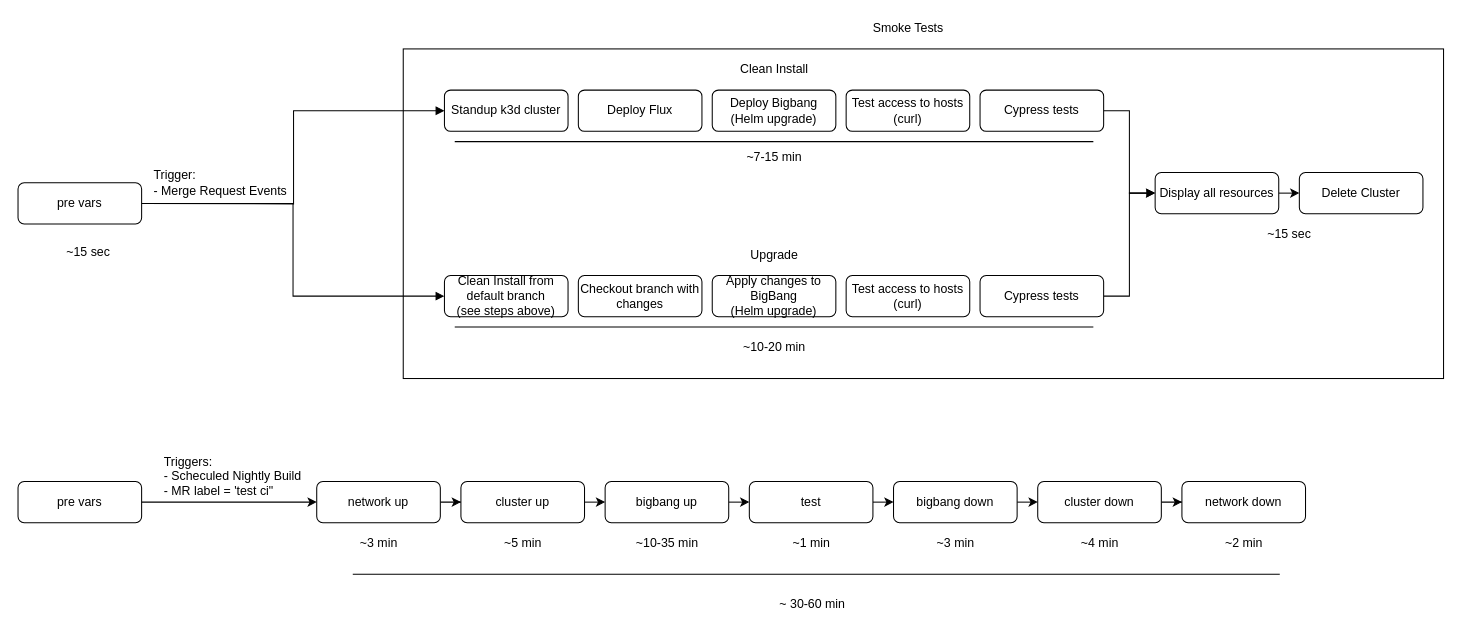
Earlier version of the draw.io diagram page "BB pipelines" (1 of 2) of docs/developer/diagrams/BB_gitlab_ci_diagram.drawio (rjferguson21/big-bang). Source tidied: cells renumbered, new cells numbered last; positions are measured from the earlier drawing's top-left corner, leaving out a move shared by most shapes. Both pictures are drawn from the tidied source at 103%, with x=0, y=0 at pixel (18, 18).
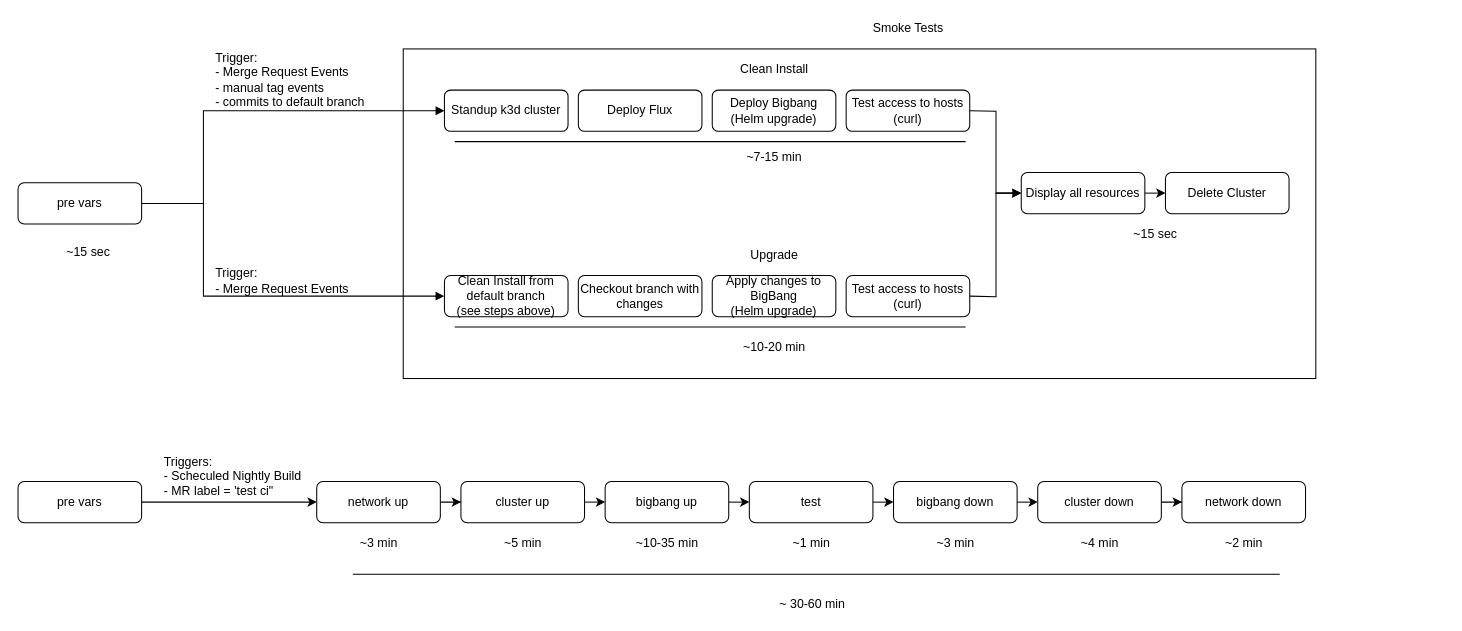
The same page after the edit.

Commit message (it also covers changes not shown here):
update diagram/text about trigger and upgrade step

The change refers to these unchanged cells:
```xml
<mxCell id="6" value="pre vars" style="rounded=1;whiteSpace=wrap;html=1;fontSize=12;glass=0;strokeWidth=1;shadow=0;" parent="1" vertex="1">
  <mxGeometry y="160" width="120" height="40" as="geometry" />
</mxCell>
<mxCell id="7" value="Standup k3d cluster" style="rounded=1;whiteSpace=wrap;html=1;fontSize=12;glass=0;strokeWidth=1;shadow=0;" parent="1" vertex="1">
  <mxGeometry x="414" y="70" width="120" height="40" as="geometry" />
</mxCell>
<mxCell id="14" value="Clean Install from default branch &lt;br&gt;(see steps above)" style="rounded=1;whiteSpace=wrap;html=1;fontSize=12;glass=0;strokeWidth=1;shadow=0;" parent="1" vertex="1">
  <mxGeometry x="414" y="250" width="120" height="40" as="geometry" />
</mxCell>
```

Diff of the diagram source:
```diff
@@
-    <mxCell id="2" style="edgeStyle=orthogonalEdgeStyle;rounded=0;jettySize=auto;html=1;exitX=1;exitY=0.5;exitDx=0;exitDy=0;entryX=0;entryY=0.5;entryDx=0;entryDy=0;" parent="1" edge="1" source="19" target="21">
-      <mxGeometry relative="1" as="geometry" />
+    <mxCell id="2" style="edgeStyle=orthogonalEdgeStyle;rounded=0;jettySize=auto;html=1;exitX=1;exitY=0.5;exitDx=0;exitDy=0;entryX=0;entryY=0.5;entryDx=0;entryDy=0;" parent="1" edge="1" target="21">
+      <mxGeometry relative="1" as="geometry">
+        <mxPoint x="924" y="270" as="sourcePoint" />
+      </mxGeometry>
     </mxCell>
     <mxCell id="3" style="rounded=0;whiteSpace=wrap;html=1;gradientColor=#ffffff;fillColor=none;" parent="1" vertex="1">
-      <mxGeometry x="374" y="30" width="1010" height="320" as="geometry" />
+      <mxGeometry x="374" y="30" width="886" height="320" as="geometry" />
     </mxCell>
     <mxCell id="4" style="edgeStyle=orthogonalEdgeStyle;rounded=0;jettySize=auto;html=1;entryX=0;entryY=0.5;entryDx=0;entryDy=0;endArrow=block;endFill=1;" parent="1" edge="1" target="7">
       <mxGeometry relative="1" as="geometry">
         <mxPoint x="120" y="180" as="sourcePoint" />
+        <Array as="points">
+          <mxPoint x="180" y="180" />
+          <mxPoint x="180" y="90" />
+        </Array>
       </mxGeometry>
     </mxCell>
     <mxCell id="5" style="edgeStyle=orthogonalEdgeStyle;rounded=0;jettySize=auto;html=1;exitX=1;exitY=0.5;exitDx=0;exitDy=0;entryX=0;entryY=0.5;entryDx=0;entryDy=0;endArrow=block;endFill=1;" parent="1" edge="1" source="6" target="14">
-      <mxGeometry relative="1" as="geometry" />
+      <mxGeometry relative="1" as="geometry">
+        <Array as="points">
+          <mxPoint x="180" y="180" />
+          <mxPoint x="180" y="270" />
+        </Array>
+      </mxGeometry>
     </mxCell>
@@
-    <mxCell id="12" style="edgeStyle=orthogonalEdgeStyle;rounded=0;jettySize=auto;html=1;exitX=1;exitY=0.5;exitDx=0;exitDy=0;entryX=0;entryY=0.5;entryDx=0;entryDy=0;endArrow=block;endFill=1;" parent="1" edge="1" source="13" target="21">
-      <mxGeometry relative="1" as="geometry" />
+    <mxCell id="12" style="edgeStyle=orthogonalEdgeStyle;rounded=0;jettySize=auto;html=1;exitX=1;exitY=0.5;exitDx=0;exitDy=0;entryX=0;entryY=0.5;entryDx=0;entryDy=0;endArrow=block;endFill=1;" parent="1" edge="1" target="21">
+      <mxGeometry relative="1" as="geometry">
+        <mxPoint x="924" y="90" as="sourcePoint" />
+      </mxGeometry>
     </mxCell>
-    <mxCell id="13" value="Cypress tests" style="rounded=1;whiteSpace=wrap;html=1;fontSize=12;glass=0;strokeWidth=1;shadow=0;" parent="1" vertex="1">
-      <mxGeometry x="934" y="70" width="120" height="40" as="geometry" />
-    </mxCell>
@@
-    <mxCell id="19" value="Cypress tests" style="rounded=1;whiteSpace=wrap;html=1;fontSize=12;glass=0;strokeWidth=1;shadow=0;" parent="1" vertex="1">
-      <mxGeometry x="934" y="250" width="120" height="40" as="geometry" />
-    </mxCell>
@@
     <mxCell id="21" value="Display all resources" style="rounded=1;whiteSpace=wrap;html=1;fontSize=12;glass=0;strokeWidth=1;shadow=0;" parent="1" vertex="1">
-      <mxGeometry x="1104" y="150" width="120" height="40" as="geometry" />
+      <mxGeometry x="974" y="150" width="120" height="40" as="geometry" />
     </mxCell>
     <mxCell id="22" value="Delete Cluster" style="rounded=1;whiteSpace=wrap;html=1;fontSize=12;glass=0;strokeWidth=1;shadow=0;" parent="1" vertex="1">
-      <mxGeometry x="1244" y="150" width="120" height="40" as="geometry" />
+      <mxGeometry x="1114" y="150" width="120" height="40" as="geometry" />
     </mxCell>
-    <mxCell id="23" value="Trigger: &lt;br&gt;&lt;div&gt;&lt;span&gt;- Merge Request Events&lt;/span&gt;&lt;/div&gt;" style="text;html=1;align=left;verticalAlign=middle;" parent="1" vertex="1">
-      <mxGeometry x="130" y="145" width="140" height="30" as="geometry" />
-    </mxCell>
@@
     <mxCell id="42" value="~15 sec" style="text;html=1;align=center;verticalAlign=middle;" parent="1" vertex="1">
-      <mxGeometry x="1204" y="200" width="60" height="20" as="geometry" />
+      <mxGeometry x="1074" y="200" width="60" height="20" as="geometry" />
     </mxCell>
@@
     <mxCell id="53" style="endArrow=none;html=1;" parent="1" edge="1">
       <mxGeometry relative="1" as="geometry">
         <mxPoint x="424" y="120" as="sourcePoint" />
-        <mxPoint x="1044" y="120" as="targetPoint" />
+        <mxPoint x="920" y="120" as="targetPoint" />
       </mxGeometry>
     </mxCell>
     <mxCell id="54" style="endArrow=none;html=1;" parent="1" edge="1">
       <mxGeometry relative="1" as="geometry">
         <mxPoint x="424" y="300" as="sourcePoint" />
-        <mxPoint x="1044" y="300" as="targetPoint" />
+        <mxPoint x="920" y="300" as="targetPoint" />
       </mxGeometry>
     </mxCell>
@@
+    <mxCell id="56" value="Trigger: &lt;br&gt;&lt;div&gt;&lt;span&gt;- Merge Request Events&lt;/span&gt;&lt;/div&gt;&lt;div&gt;&lt;span&gt;- manual tag events&lt;/span&gt;&lt;/div&gt;&lt;div&gt;&lt;span&gt;- commits to default branch&lt;/span&gt;&lt;/div&gt;" style="text;html=1;align=left;verticalAlign=middle;" parent="1" vertex="1">
+      <mxGeometry x="190" y="30" width="160" height="60" as="geometry" />
+    </mxCell>
+    <mxCell id="23" value="Trigger: &lt;br&gt;&lt;div&gt;&lt;span&gt;- Merge Request Events&lt;/span&gt;&lt;/div&gt;" style="text;html=1;align=left;verticalAlign=middle;" parent="1" vertex="1">
+      <mxGeometry x="190" y="240" width="140" height="30" as="geometry" />
+    </mxCell>
```
